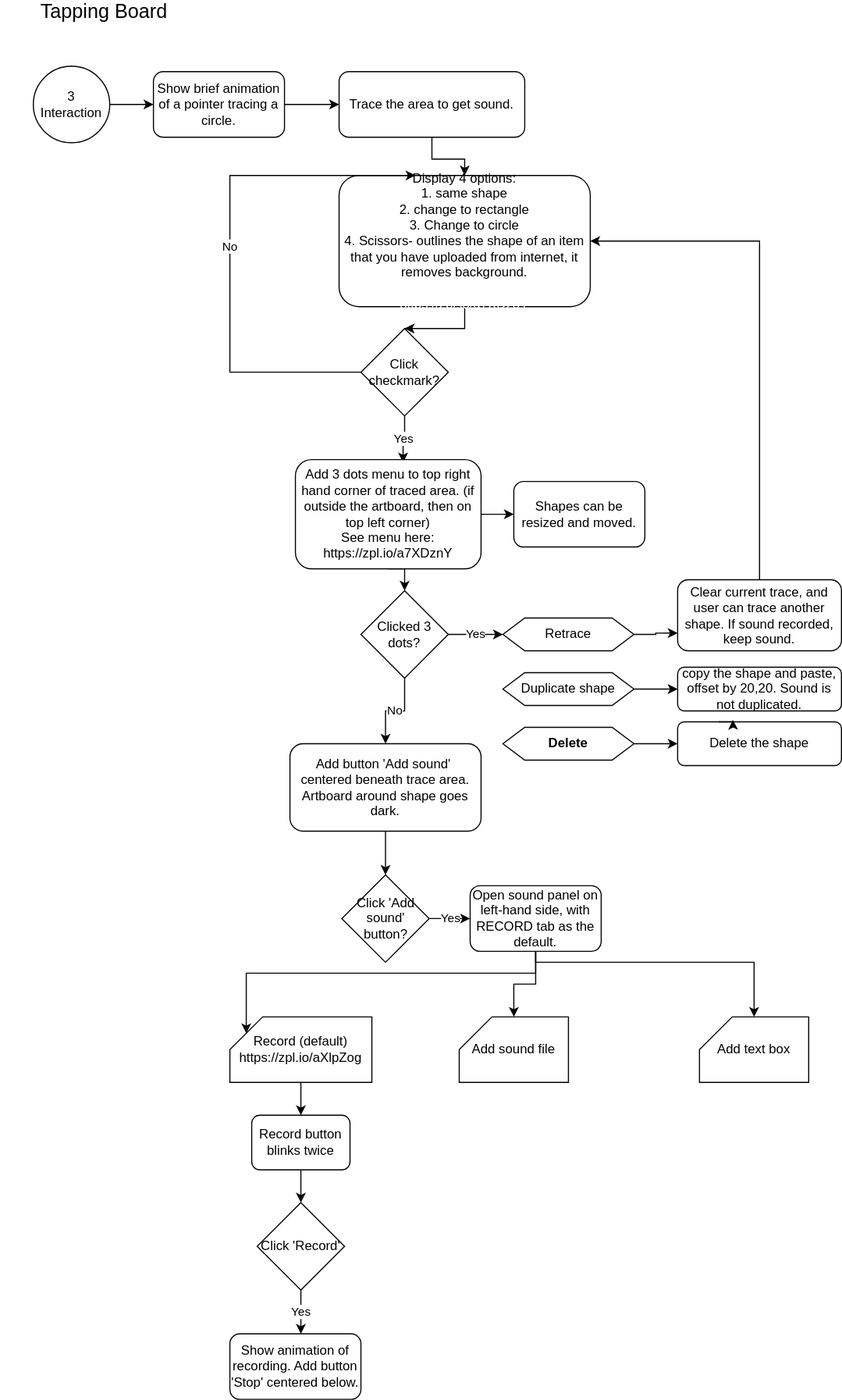
This is modules/tapping board/tapping-board.drawio.svg from ji-devs/ji-cloud-flowcharts, a draw.io export, as it was before one commit. Source tidied: cells renumbered, new cells last; positions are measured from the earlier drawing's top-left corner, leaving out a move shared by most shapes.
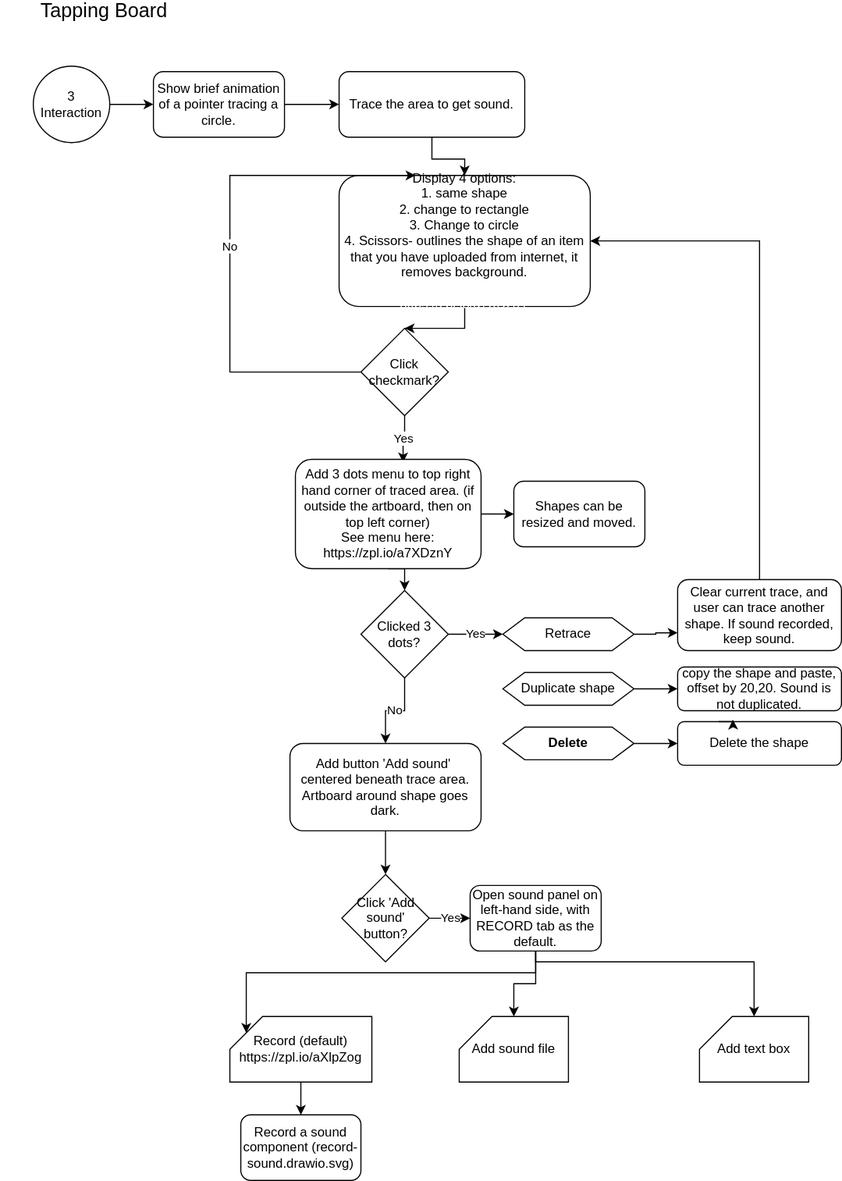
After the change.

Commit message:
up to sound recording interaction

Change to the diagram source:
```diff
@@ -144,22 +144,8 @@
     <mxCell id="43" value="Open sound panel on left-hand side, with RECORD tab as the default." style="rounded=1;whiteSpace=wrap;html=1;" parent="1" vertex="1">
       <mxGeometry x="430" y="810" width="120" height="60" as="geometry" />
     </mxCell>
-    <mxCell id="44" style="edgeStyle=orthogonalEdgeStyle;rounded=0;jettySize=auto;html=1;exitX=0.5;exitY=1;exitDx=0;exitDy=0;entryX=0.5;entryY=0;entryDx=0;entryDy=0;" parent="1" edge="1" source="45" target="47">
-      <mxGeometry relative="1" as="geometry" />
-    </mxCell>
-    <mxCell id="45" value="Record button blinks twice" style="rounded=1;whiteSpace=wrap;html=1;" parent="1" vertex="1">
-      <mxGeometry x="230" y="1020" width="90" height="50" as="geometry" />
+    <mxCell id="45" value="Record a sound component (record-sound.drawio.svg)" style="rounded=1;whiteSpace=wrap;html=1;" parent="1" vertex="1">
+      <mxGeometry x="220" y="1020" width="110" height="60" as="geometry" />
     </mxCell>
-    <mxCell id="46" value="Yes" style="edgeStyle=orthogonalEdgeStyle;rounded=0;jettySize=auto;html=1;exitX=0.5;exitY=1;exitDx=0;exitDy=0;" parent="1" edge="1" source="47">
-      <mxGeometry relative="1" as="geometry">
-        <mxPoint x="275" y="1220" as="targetPoint" />
-      </mxGeometry>
-    </mxCell>
-    <mxCell id="47" value="Click 'Record'" style="rhombus;whiteSpace=wrap;html=1;" parent="1" vertex="1">
-      <mxGeometry x="235" y="1100" width="80" height="80" as="geometry" />
-    </mxCell>
-    <mxCell id="48" value="Show animation of recording. Add button 'Stop' centered below." style="rounded=1;whiteSpace=wrap;html=1;" parent="1" vertex="1">
-      <mxGeometry x="210" y="1220" width="120" height="60" as="geometry" />
-    </mxCell>
   </root>
 </mxGraphModel>
```
